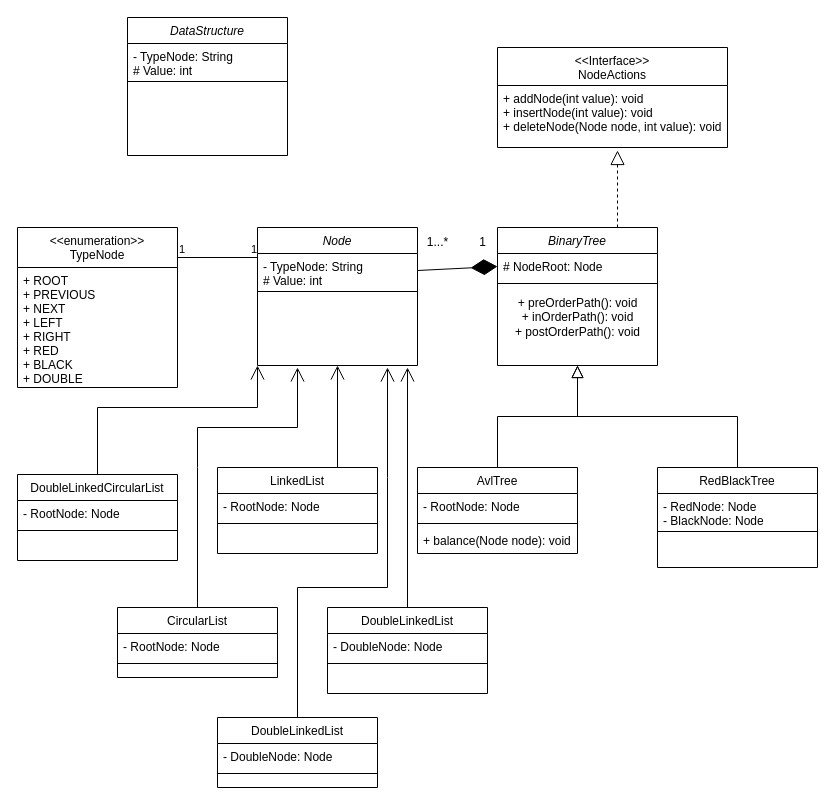
Above: BinaryTreeUMLDiagram.drawio in GabrielCevallos/DataBase (draw.io), before the change. Source tidied: cells renumbered, new cells numbered last; positions are measured from the earlier drawing's top-left corner, leaving out a move shared by most shapes. Both pictures are drawn from the tidied source at 100%, with x=0, y=0 at pixel (17, 17).
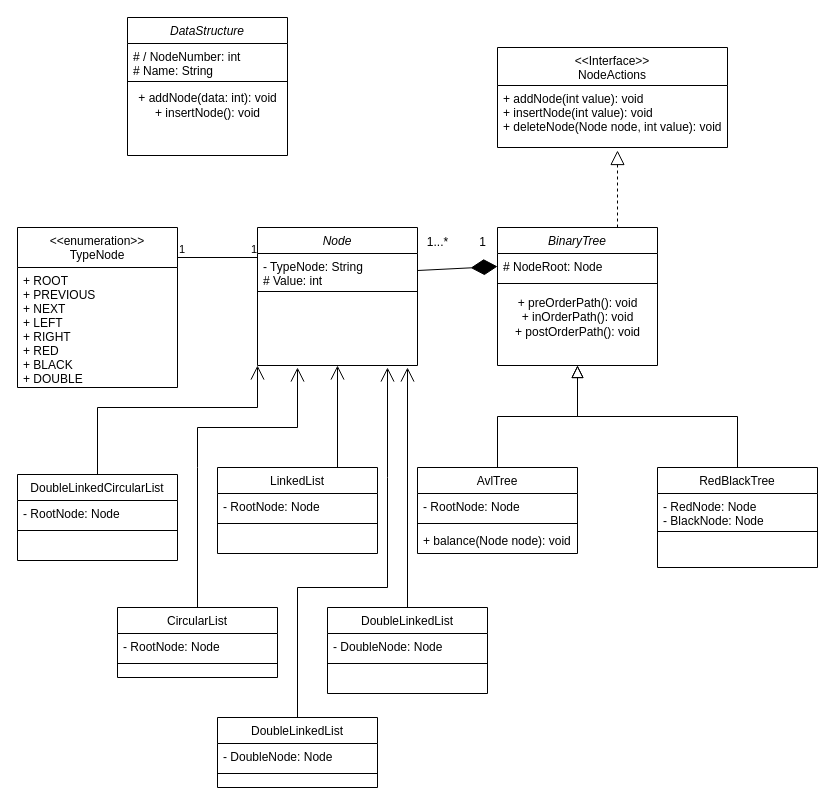
The same page after the edit.

Unchanged cells that the change refers to:
```xml
<mxCell id="49" value="DataStructure" style="swimlane;fontStyle=2;align=center;verticalAlign=top;horizontal=1;startSize=26;rounded=0;shadow=0;strokeWidth=1;" parent="1" vertex="1">
  <mxGeometry x="110" width="160" height="138" as="geometry" />
</mxCell>
```

What changed in the source:
```diff
@@
-    <mxCell id="50" value="- TypeNode: String&#10;# Value: int" style="text;align=left;verticalAlign=top;spacingLeft=4;spacingRight=4;overflow=hidden;" parent="49" vertex="1">
+    <mxCell id="50" value="# / NodeNumber: int&#10;# Name: String" style="text;align=left;verticalAlign=top;spacingLeft=4;spacingRight=4;overflow=hidden;" parent="49" vertex="1">
       <mxGeometry y="26" width="160" height="34" as="geometry" />
     </mxCell>
@@
+    <mxCell id="52" value="+ addNode(data: int): void&lt;div&gt;+ insertNode(): void&lt;/div&gt;" style="text;html=1;align=center;verticalAlign=middle;strokeColor=none;fillColor=none;" parent="49" vertex="1">
+      <mxGeometry y="68" width="160" height="40" as="geometry" />
+    </mxCell>
```
